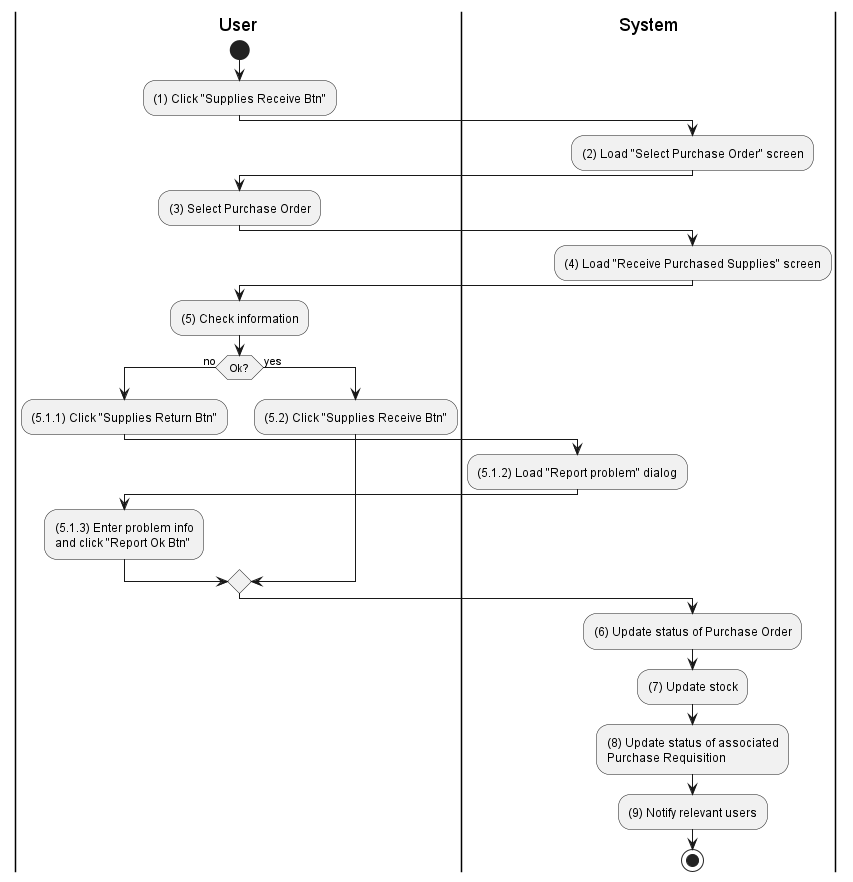
Before: activities/inventory-supply-receive.png, a diagram exported from PlantUML (phihungha/scmss-reqs). Its diagram source:
```plantuml
@startuml inventory-supply-receive
|u|User
|s|System

|u|
start
:(1) Click "Supplies Receive Btn";

|s|
:(2) Load "Select Purchase Order" screen;

|u|
:(3) Select Purchase Order;

|s|
:(4) Load "Receive Purchased Supplies" screen;

|u|
:(5) Check information;

if (Ok?) then (no)
    |u|
    :(5.1.1) Click "Supplies Return Btn";

    |s|
    :(5.1.2) Load "Report problem" dialog;

    |u|
    :(5.1.3) Enter problem info\nand click "Report Ok Btn";
else (yes)
    |u|
    :(5.2) Click "Supplies Receive Btn";
endif

|s|
:(6) Update status of Purchase Order;
:(7) Update stock;
:(8) Update status of associated\nPurchase Requisition;
:(9) Notify relevant users;
stop
@enduml
```
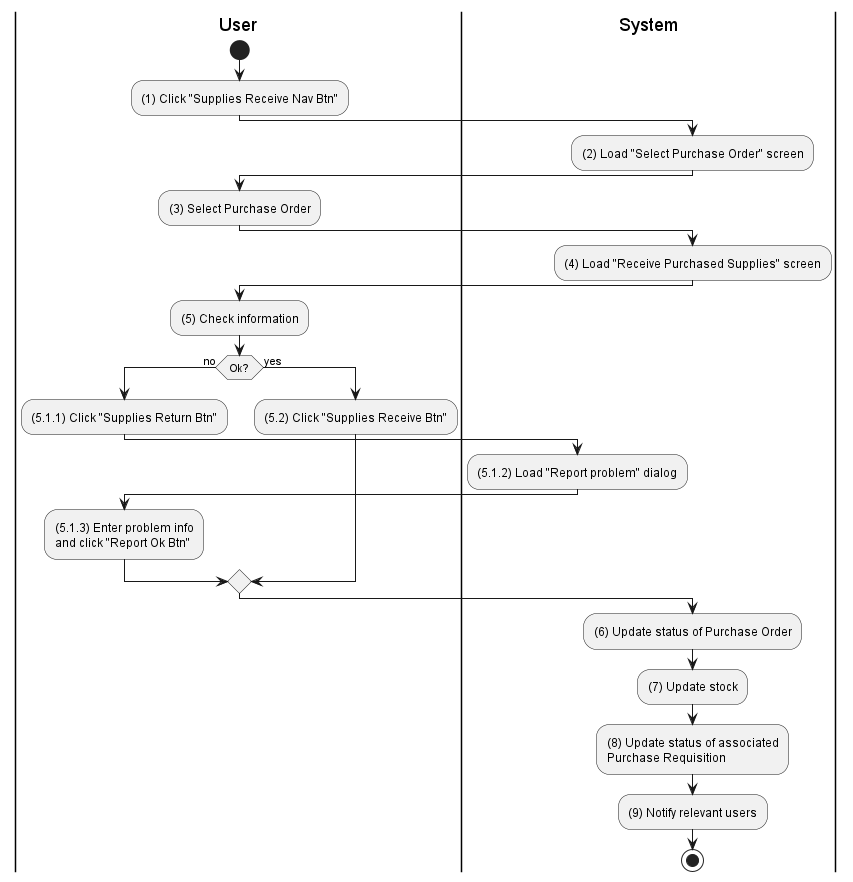
The same file after the commit.

Diff of the diagram source:
```diff
@@ -4,7 +4,7 @@
 
 |u|
 start
-:(1) Click "Supplies Receive Btn";
+:(1) Click "Supplies Receive Nav Btn";
 
 |s|
 :(2) Load "Select Purchase Order" screen;
```
